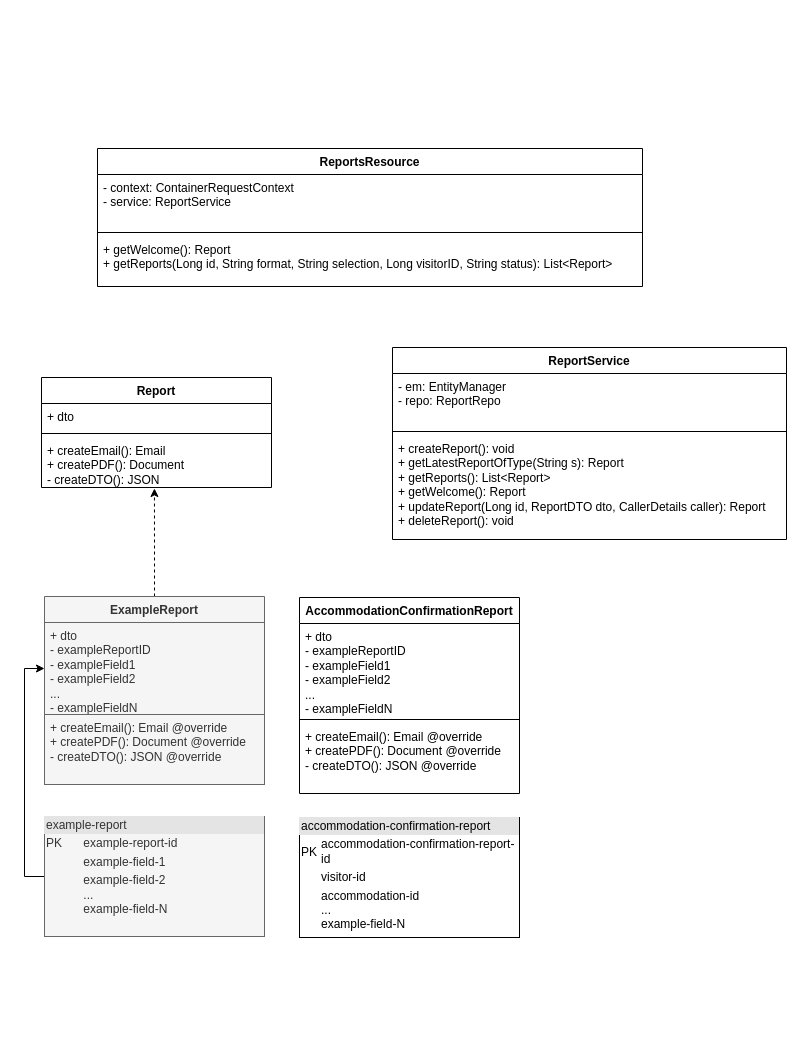
This is Document generation class diagram.drawio from ambolt314/FinalProjectDesign, a draw.io file, before an edit. Source tidied: cells renumbered, new cells numbered last; positions are measured from the earlier drawing's top-left corner, leaving out a move shared by most shapes. Both pictures are drawn from the tidied source at 100%, with x=0, y=0 at pixel (41, 148).
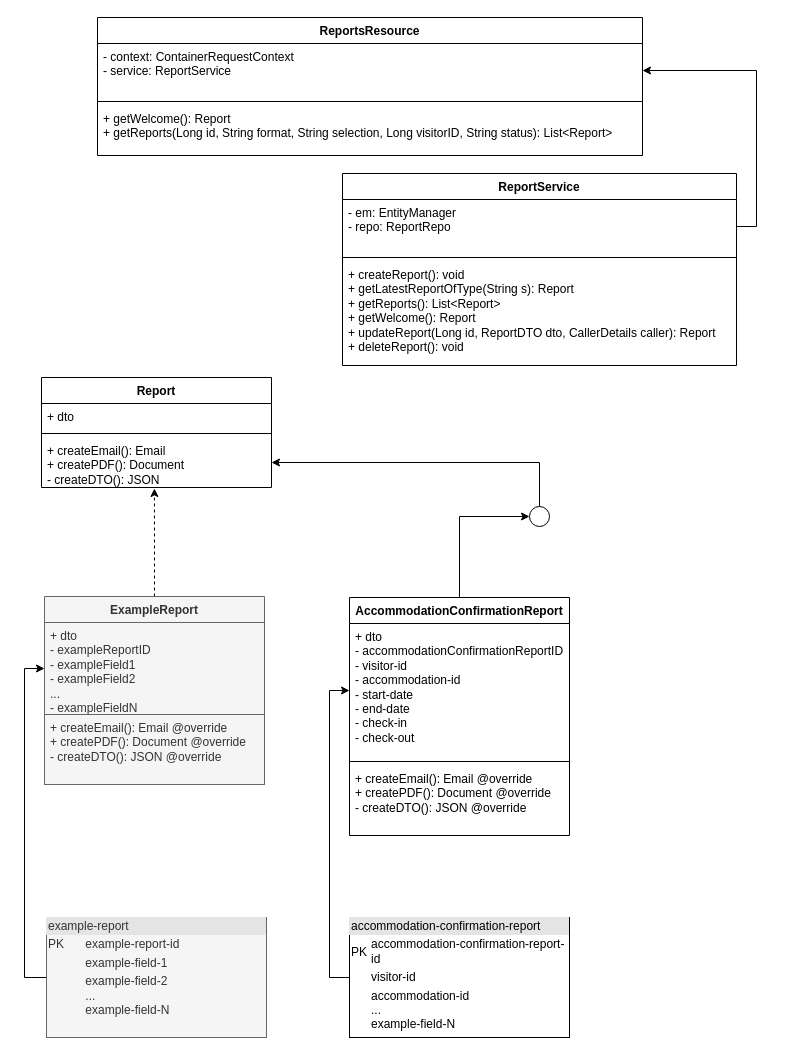
The same page after the edit.

Commit message:
Added mapping for indicative report

Unchanged cells that the change refers to:
```xml
<mxCell id="3" value="&lt;div&gt;- context: ContainerRequestContext&lt;/div&gt;&lt;div&gt;- service: ReportService&lt;br&gt;&lt;/div&gt;" style="text;strokeColor=none;fillColor=none;align=left;verticalAlign=top;spacingLeft=4;spacingRight=4;overflow=hidden;points=[[0,0.5],[1,0.5]];portConstraint=eastwest;whiteSpace=wrap;html=1;" parent="2" vertex="1">
  <mxGeometry y="26" width="545" height="54" as="geometry" />
</mxCell>
<mxCell id="7" value="&lt;div&gt;- em: EntityManager&lt;/div&gt;&lt;div&gt;- repo: ReportRepo&lt;br&gt;&lt;/div&gt;" style="text;strokeColor=none;fillColor=none;align=left;verticalAlign=top;spacingLeft=4;spacingRight=4;overflow=hidden;points=[[0,0.5],[1,0.5]];portConstraint=eastwest;whiteSpace=wrap;html=1;" parent="6" vertex="1">
  <mxGeometry y="26" width="394" height="54" as="geometry" />
</mxCell>
<mxCell id="13" value="&lt;div&gt;+ createEmail(): Email&lt;/div&gt;&lt;div&gt;+ createPDF(): Document&lt;/div&gt;&lt;div&gt;- createDTO(): JSON&lt;/div&gt;" style="text;strokeColor=none;fillColor=none;align=left;verticalAlign=top;spacingLeft=4;spacingRight=4;overflow=hidden;points=[[0,0.5],[1,0.5]];portConstraint=eastwest;whiteSpace=wrap;html=1;" parent="10" vertex="1">
  <mxGeometry y="60" width="230" height="50" as="geometry" />
</mxCell>
```

Diff of the diagram source:
```diff
@@
     <mxCell id="2" value="ReportsResource" style="swimlane;fontStyle=1;align=center;verticalAlign=top;horizontal=1;startSize=26;whiteSpace=wrap;html=1;" parent="1" vertex="1">
-      <mxGeometry x="56" width="545" height="138" as="geometry" />
+      <mxGeometry x="56" y="-131" width="545" height="138" as="geometry" />
     </mxCell>
@@
+    <mxCell id="25" style="edgeStyle=orthogonalEdgeStyle;rounded=0;jettySize=auto;html=1;entryX=1;entryY=0.5;entryDx=0;entryDy=0;exitX=1;exitY=0.5;exitDx=0;exitDy=0;" parent="1" edge="1" source="7" target="3">
+      <mxGeometry relative="1" as="geometry" />
+    </mxCell>
     <mxCell id="6" value="ReportService" style="swimlane;fontStyle=1;align=center;verticalAlign=top;horizontal=1;startSize=26;whiteSpace=wrap;html=1;" parent="1" vertex="1">
-      <mxGeometry x="351" y="199" width="394" height="192" as="geometry" />
+      <mxGeometry x="301" y="25" width="394" height="192" as="geometry" />
     </mxCell>
@@
     <mxCell id="15" value="&lt;div style=&quot;box-sizing:border-box;width:100%;background:#e4e4e4;padding:2px;&quot;&gt;example-report&lt;/div&gt;&lt;table style=&quot;width:100%;font-size:1em;&quot; cellpadding=&quot;2&quot; cellspacing=&quot;0&quot;&gt;&lt;tbody&gt;&lt;tr&gt;&lt;td&gt;PK&lt;/td&gt;&lt;td&gt;example-report-id&lt;br&gt;&lt;/td&gt;&lt;/tr&gt;&lt;tr&gt;&lt;td&gt;&lt;br&gt;&lt;/td&gt;&lt;td&gt;example-field-1&lt;/td&gt;&lt;/tr&gt;&lt;tr&gt;&lt;td&gt;&lt;/td&gt;&lt;td&gt;example-field-2&lt;br&gt;...&lt;br&gt;example-field-N&lt;br&gt;&lt;/td&gt;&lt;/tr&gt;&lt;/tbody&gt;&lt;/table&gt;" style="verticalAlign=top;align=left;overflow=fill;html=1;whiteSpace=wrap;fillColor=#f5f5f5;fontColor=#333333;strokeColor=#666666;" parent="1" vertex="1">
-      <mxGeometry x="3" y="668" width="220" height="120" as="geometry" />
+      <mxGeometry x="5" y="769" width="220" height="120" as="geometry" />
     </mxCell>
@@
+    <mxCell id="26" style="edgeStyle=orthogonalEdgeStyle;rounded=0;jettySize=auto;html=1;entryX=0;entryY=0.5;entryDx=0;entryDy=0;exitX=0;exitY=0.5;exitDx=0;exitDy=0;" parent="1" edge="1" source="20" target="22">
+      <mxGeometry relative="1" as="geometry" />
+    </mxCell>
     <mxCell id="20" value="&lt;div style=&quot;box-sizing:border-box;width:100%;background:#e4e4e4;padding:2px;&quot;&gt;accommodation-confirmation-report&lt;/div&gt;&lt;table style=&quot;width:100%;font-size:1em;&quot; cellpadding=&quot;2&quot; cellspacing=&quot;0&quot;&gt;&lt;tbody&gt;&lt;tr&gt;&lt;td&gt;PK&lt;/td&gt;&lt;td&gt;accommodation-confirmation-report-id&lt;br&gt;&lt;/td&gt;&lt;/tr&gt;&lt;tr&gt;&lt;td&gt;&lt;br&gt;&lt;/td&gt;&lt;td&gt;visitor-id&lt;br&gt;&lt;/td&gt;&lt;/tr&gt;&lt;tr&gt;&lt;td&gt;&lt;/td&gt;&lt;td&gt;accommodation-id&lt;br&gt;...&lt;br&gt;example-field-N&lt;br&gt;&lt;/td&gt;&lt;/tr&gt;&lt;/tbody&gt;&lt;/table&gt;" style="verticalAlign=top;align=left;overflow=fill;html=1;whiteSpace=wrap;" parent="1" vertex="1">
-      <mxGeometry x="258" y="669" width="220" height="120" as="geometry" />
+      <mxGeometry x="308" y="769" width="220" height="120" as="geometry" />
     </mxCell>
+    <mxCell id="27" style="edgeStyle=orthogonalEdgeStyle;rounded=0;jettySize=auto;html=1;entryX=0;entryY=0.5;entryDx=0;entryDy=0;exitX=0.5;exitY=0;exitDx=0;exitDy=0;" parent="1" edge="1" source="21" target="29">
+      <mxGeometry relative="1" as="geometry" />
+    </mxCell>
     <mxCell id="21" value="AccommodationConfirmationReport" style="swimlane;fontStyle=1;align=center;verticalAlign=top;horizontal=1;startSize=26;whiteSpace=wrap;html=1;" parent="1" vertex="1">
-      <mxGeometry x="258" y="449" width="220" height="196" as="geometry" />
+      <mxGeometry x="308" y="449" width="220" height="238" as="geometry" />
     </mxCell>
-    <mxCell id="22" value="&lt;div&gt;+ dto&lt;br&gt;&lt;/div&gt;&lt;div&gt;- exampleReportID&lt;/div&gt;&lt;div&gt;- exampleField1&lt;/div&gt;&lt;div&gt;- exampleField2&lt;br&gt;&lt;/div&gt;&lt;div&gt;...&lt;/div&gt;&lt;div&gt;- exampleFieldN&lt;br&gt;&lt;/div&gt;" style="text;strokeColor=none;fillColor=none;align=left;verticalAlign=top;spacingLeft=4;spacingRight=4;overflow=hidden;points=[[0,0.5],[1,0.5]];portConstraint=eastwest;whiteSpace=wrap;html=1;" parent="21" vertex="1">
-      <mxGeometry y="26" width="220" height="92" as="geometry" />
+    <mxCell id="22" value="&lt;div&gt;+ dto&lt;br&gt;&lt;/div&gt;&lt;div&gt;- accommodationConfirmationReportID&lt;/div&gt;&lt;div&gt;- visitor-id&lt;br&gt;&lt;/div&gt;&lt;div&gt;- accommodation-id&lt;/div&gt;&lt;div&gt;- start-date&lt;/div&gt;&lt;div&gt;- end-date&lt;/div&gt;&lt;div&gt;- check-in&lt;/div&gt;&lt;div&gt;- check-out&lt;br&gt;&lt;/div&gt;" style="text;strokeColor=none;fillColor=none;align=left;verticalAlign=top;spacingLeft=4;spacingRight=4;overflow=hidden;points=[[0,0.5],[1,0.5]];portConstraint=eastwest;whiteSpace=wrap;html=1;" parent="21" vertex="1">
+      <mxGeometry y="26" width="220" height="134" as="geometry" />
     </mxCell>
     <mxCell id="23" style="line;strokeWidth=1;fillColor=none;align=left;verticalAlign=middle;spacingTop=-1;spacingLeft=3;spacingRight=3;labelPosition=right;strokeColor=inherit;" parent="21" vertex="1">
-      <mxGeometry y="118" width="220" height="8" as="geometry" />
+      <mxGeometry y="160" width="220" height="8" as="geometry" />
     </mxCell>
     <mxCell id="24" value="&lt;div&gt;+ createEmail(): Email @override&lt;/div&gt;&lt;div&gt;+ createPDF(): Document @override&lt;/div&gt;&lt;div&gt;- createDTO(): JSON @override&lt;br&gt;&lt;/div&gt;" style="text;strokeColor=none;fillColor=none;align=left;verticalAlign=top;spacingLeft=4;spacingRight=4;overflow=hidden;whiteSpace=wrap;html=1;" parent="21" vertex="1">
-      <mxGeometry y="126" width="220" height="70" as="geometry" />
+      <mxGeometry y="168" width="220" height="70" as="geometry" />
     </mxCell>
+    <mxCell id="28" style="edgeStyle=orthogonalEdgeStyle;rounded=0;jettySize=auto;html=1;entryX=1;entryY=0.5;entryDx=0;entryDy=0;" parent="1" edge="1" source="29" target="13">
+      <mxGeometry relative="1" as="geometry" />
+    </mxCell>
+    <mxCell id="29" style="ellipse;whiteSpace=wrap;html=1;" parent="1" vertex="1">
+      <mxGeometry x="488" y="358" width="20" height="20" as="geometry" />
+    </mxCell>
```
